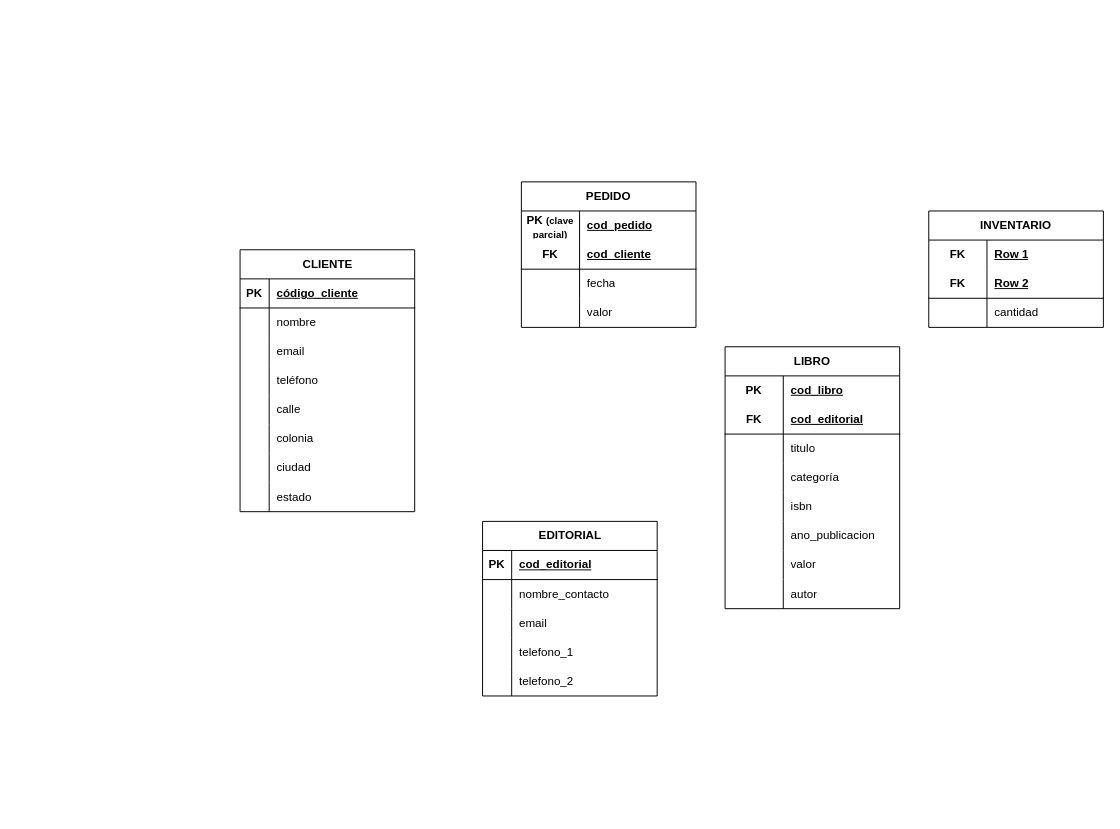
Before: page "Modelo-logico" (2 of 2) of modelo.drawio in MichMDLT/Modelaje-BaseDatos, a draw.io diagram. Source tidied: cells renumbered, new cells numbered last; positions are measured from the earlier drawing's top-left corner, leaving out a move shared by most shapes. Both pictures are drawn from the tidied source at 97%, with x=0, y=0 at pixel (240, 181).
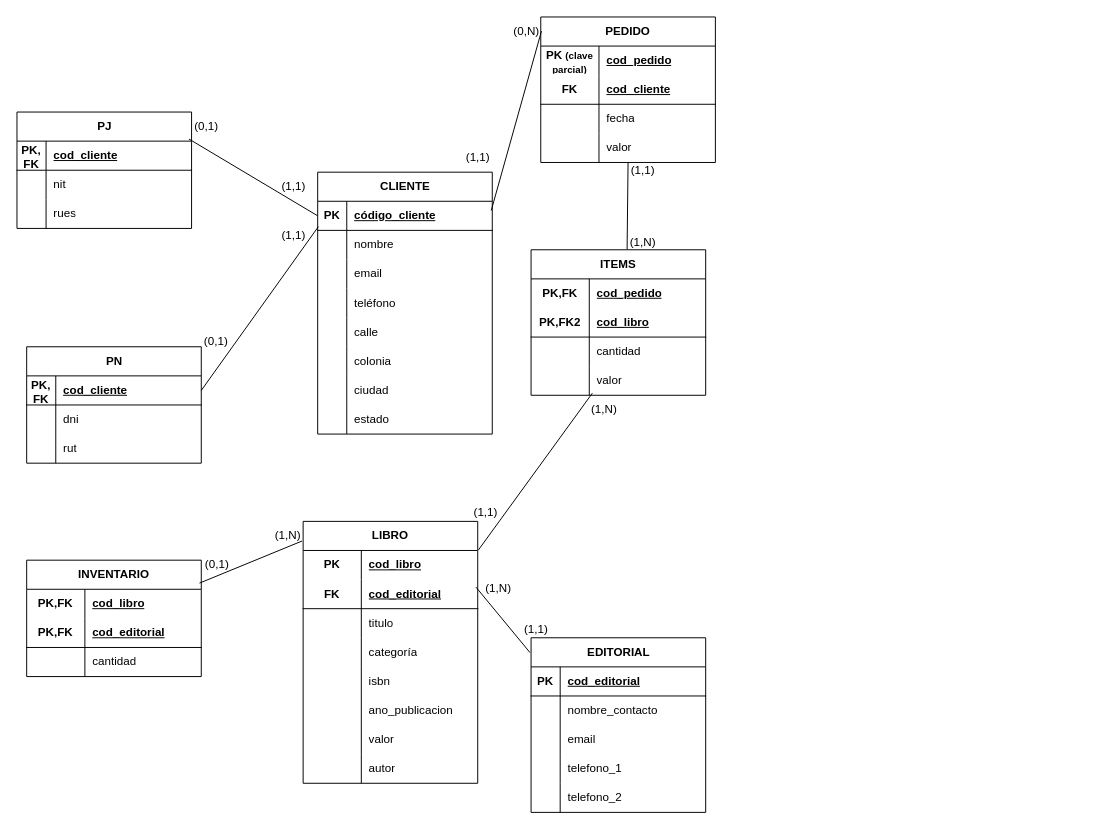
The same page after the edit.

Unchanged cells that the change refers to:
```xml
<mxCell id="3" style="shape=tableRow;horizontal=0;startSize=0;swimlaneHead=0;swimlaneBody=0;fillColor=none;points=[[0,0.5],[1,0.5]];portConstraint=eastwest;top=0;left=0;right=0;bottom=1;" parent="2" vertex="1">
  <mxGeometry y="30" width="180" height="30" as="geometry" />
</mxCell>
<mxCell id="57" style="shape=tableRow;horizontal=0;startSize=0;swimlaneHead=0;swimlaneBody=0;fillColor=none;points=[[0,0.5],[1,0.5]];portConstraint=eastwest;top=0;left=0;right=0;bottom=0;html=1;" parent="56" vertex="1">
  <mxGeometry y="30" width="180" height="30" as="geometry" />
</mxCell>
<mxCell id="60" style="shape=tableRow;horizontal=0;startSize=0;swimlaneHead=0;swimlaneBody=0;fillColor=none;points=[[0,0.5],[1,0.5]];portConstraint=eastwest;top=0;left=0;right=0;bottom=1;html=1;" parent="56" vertex="1">
  <mxGeometry y="60" width="180" height="30" as="geometry" />
</mxCell>
<mxCell id="82" style="shape=tableRow;horizontal=0;startSize=0;swimlaneHead=0;swimlaneBody=0;fillColor=none;top=0;left=0;right=0;bottom=0;html=1;" parent="81" vertex="1">
  <mxGeometry y="30" width="180" height="30" as="geometry" />
</mxCell>
<mxCell id="85" style="shape=tableRow;horizontal=0;startSize=0;swimlaneHead=0;swimlaneBody=0;fillColor=none;top=0;left=0;right=0;bottom=1;html=1;" parent="81" vertex="1">
  <mxGeometry y="60" width="180" height="30" as="geometry" />
</mxCell>
```

Diff of the diagram source:
```diff
@@
     <mxCell id="2" value="CLIENTE" style="shape=table;startSize=30;childLayout=tableLayout;rowLines=0;fontStyle=1;align=center;html=1;" parent="1" vertex="1">
-      <mxGeometry y="70" width="180" height="270" as="geometry" />
+      <mxGeometry x="80" y="-10" width="180" height="270" as="geometry" />
     </mxCell>
@@
     <mxCell id="27" value="EDITORIAL" style="shape=table;startSize=30;childLayout=tableLayout;rowLines=0;fontStyle=1;align=center;html=1;" parent="1" vertex="1">
-      <mxGeometry x="250" y="350" width="180" height="180" as="geometry" />
+      <mxGeometry x="300" y="470" width="180" height="180" as="geometry" />
     </mxCell>
@@
     <mxCell id="43" value="PEDIDO" style="shape=table;startSize=30;childLayout=tableLayout;rowLines=0;fontStyle=1;align=center;html=1;whiteSpace=wrap;" parent="1" vertex="1">
-      <mxGeometry x="290" width="180" height="150" as="geometry" />
+      <mxGeometry x="310" y="-170" width="180" height="150" as="geometry" />
     </mxCell>
@@
     <mxCell id="56" value="LIBRO" style="shape=table;startSize=30;childLayout=tableLayout;rowLines=0;fontStyle=1;align=center;html=1;whiteSpace=wrap;" parent="1" vertex="1">
-      <mxGeometry x="500" y="170" width="180" height="270" as="geometry" />
+      <mxGeometry x="65" y="350" width="180" height="270" as="geometry" />
     </mxCell>
@@
     <mxCell id="81" value="INVENTARIO" style="shape=table;startSize=30;childLayout=tableLayout;rowLines=0;fontStyle=1;align=center;html=1;whiteSpace=wrap;" parent="1" vertex="1">
-      <mxGeometry x="710" y="30" width="180" height="120" as="geometry" />
+      <mxGeometry x="-220" y="390" width="180" height="120" as="geometry" />
     </mxCell>
@@
-    <mxCell id="83" value="FK" style="shape=partialRectangle;fillColor=none;top=0;left=0;bottom=0;right=0;fontStyle=1;overflow=hidden;html=1;whiteSpace=wrap;" parent="82" vertex="1">
+    <mxCell id="83" value="PK,FK" style="shape=partialRectangle;fillColor=none;top=0;left=0;bottom=0;right=0;fontStyle=1;overflow=hidden;html=1;whiteSpace=wrap;" parent="82" vertex="1">
       <mxGeometry width="60" height="30" as="geometry" />
     </mxCell>
-    <mxCell id="84" value="Row 1" style="shape=partialRectangle;fillColor=none;top=0;left=0;bottom=0;right=0;align=left;spacingLeft=6;fontStyle=5;overflow=hidden;html=1;whiteSpace=wrap;" parent="82" vertex="1">
+    <mxCell id="84" value="cod_libro" style="shape=partialRectangle;fillColor=none;top=0;left=0;bottom=0;right=0;align=left;spacingLeft=6;fontStyle=5;overflow=hidden;html=1;whiteSpace=wrap;" parent="82" vertex="1">
       <mxGeometry x="60" width="120" height="30" as="geometry" />
     </mxCell>
@@
-    <mxCell id="86" value="FK" style="shape=partialRectangle;fillColor=none;top=0;left=0;bottom=0;right=0;fontStyle=1;overflow=hidden;html=1;whiteSpace=wrap;" parent="85" vertex="1">
+    <mxCell id="86" value="PK,FK" style="shape=partialRectangle;fillColor=none;top=0;left=0;bottom=0;right=0;fontStyle=1;overflow=hidden;html=1;whiteSpace=wrap;" parent="85" vertex="1">
       <mxGeometry width="60" height="30" as="geometry" />
     </mxCell>
-    <mxCell id="87" value="Row 2" style="shape=partialRectangle;fillColor=none;top=0;left=0;bottom=0;right=0;align=left;spacingLeft=6;fontStyle=5;overflow=hidden;html=1;whiteSpace=wrap;" parent="85" vertex="1">
+    <mxCell id="87" value="cod_editorial" style="shape=partialRectangle;fillColor=none;top=0;left=0;bottom=0;right=0;align=left;spacingLeft=6;fontStyle=5;overflow=hidden;html=1;whiteSpace=wrap;" parent="85" vertex="1">
       <mxGeometry x="60" width="120" height="30" as="geometry" />
     </mxCell>
@@
+    <mxCell id="91" value="ITEMS" style="shape=table;startSize=30;childLayout=tableLayout;rowLines=0;fontStyle=1;align=center;html=1;whiteSpace=wrap;" parent="1" vertex="1">
+      <mxGeometry x="300" y="70" width="180" height="150" as="geometry" />
+    </mxCell>
+    <mxCell id="92" style="shape=tableRow;horizontal=0;startSize=0;swimlaneHead=0;swimlaneBody=0;fillColor=none;top=0;left=0;right=0;bottom=0;html=1;" parent="91" vertex="1">
+      <mxGeometry y="30" width="180" height="30" as="geometry" />
+    </mxCell>
+    <mxCell id="93" value="PK,FK" style="shape=partialRectangle;fillColor=none;top=0;left=0;bottom=0;right=0;fontStyle=1;overflow=hidden;html=1;whiteSpace=wrap;" parent="92" vertex="1">
+      <mxGeometry width="60" height="30" as="geometry" />
+    </mxCell>
+    <mxCell id="94" value="cod_pedido" style="shape=partialRectangle;fillColor=none;top=0;left=0;bottom=0;right=0;align=left;spacingLeft=6;fontStyle=5;overflow=hidden;html=1;whiteSpace=wrap;" parent="92" vertex="1">
+      <mxGeometry x="60" width="120" height="30" as="geometry" />
+    </mxCell>
+    <mxCell id="95" style="shape=tableRow;horizontal=0;startSize=0;swimlaneHead=0;swimlaneBody=0;fillColor=none;top=0;left=0;right=0;bottom=1;html=1;" parent="91" vertex="1">
+      <mxGeometry y="60" width="180" height="30" as="geometry" />
+    </mxCell>
+    <mxCell id="96" value="PK,FK2" style="shape=partialRectangle;fillColor=none;top=0;left=0;bottom=0;right=0;fontStyle=1;overflow=hidden;html=1;whiteSpace=wrap;" parent="95" vertex="1">
+      <mxGeometry width="60" height="30" as="geometry" />
+    </mxCell>
+    <mxCell id="97" value="cod_libro" style="shape=partialRectangle;fillColor=none;top=0;left=0;bottom=0;right=0;align=left;spacingLeft=6;fontStyle=5;overflow=hidden;html=1;whiteSpace=wrap;" parent="95" vertex="1">
+      <mxGeometry x="60" width="120" height="30" as="geometry" />
+    </mxCell>
+    <mxCell id="98" style="shape=tableRow;horizontal=0;startSize=0;swimlaneHead=0;swimlaneBody=0;fillColor=none;top=0;left=0;right=0;bottom=0;html=1;" parent="91" vertex="1">
+      <mxGeometry y="90" width="180" height="30" as="geometry" />
+    </mxCell>
+    <mxCell id="99" style="shape=partialRectangle;fillColor=none;top=0;left=0;bottom=0;right=0;overflow=hidden;html=1;whiteSpace=wrap;" parent="98" vertex="1">
+      <mxGeometry width="60" height="30" as="geometry" />
+    </mxCell>
+    <mxCell id="100" value="cantidad" style="shape=partialRectangle;fillColor=none;top=0;left=0;bottom=0;right=0;align=left;spacingLeft=6;overflow=hidden;html=1;whiteSpace=wrap;" parent="98" vertex="1">
+      <mxGeometry x="60" width="120" height="30" as="geometry" />
+    </mxCell>
+    <mxCell id="101" style="shape=tableRow;horizontal=0;startSize=0;swimlaneHead=0;swimlaneBody=0;fillColor=none;points=[[0,0.5],[1,0.5]];portConstraint=eastwest;top=0;left=0;right=0;bottom=0;html=1;" parent="91" vertex="1">
+      <mxGeometry y="120" width="180" height="30" as="geometry" />
+    </mxCell>
+    <mxCell id="102" style="shape=partialRectangle;fillColor=none;top=0;left=0;bottom=0;right=0;overflow=hidden;html=1;whiteSpace=wrap;" parent="101" vertex="1">
+      <mxGeometry width="60" height="30" as="geometry" />
+    </mxCell>
+    <mxCell id="103" value="valor" style="shape=partialRectangle;fillColor=none;top=0;left=0;bottom=0;right=0;align=left;spacingLeft=6;overflow=hidden;html=1;whiteSpace=wrap;" parent="101" vertex="1">
+      <mxGeometry x="60" width="120" height="30" as="geometry" />
+    </mxCell>
+    <mxCell id="104" value="PN" style="shape=table;startSize=30;childLayout=tableLayout;rowLines=0;fontStyle=1;align=center;html=1;" parent="1" vertex="1">
+      <mxGeometry x="-220" y="170" width="180" height="120" as="geometry" />
+    </mxCell>
+    <mxCell id="105" style="shape=tableRow;horizontal=0;startSize=0;swimlaneHead=0;swimlaneBody=0;fillColor=none;points=[[0,0.5],[1,0.5]];portConstraint=eastwest;top=0;left=0;right=0;bottom=1;" parent="104" vertex="1">
+      <mxGeometry y="30" width="180" height="30" as="geometry" />
+    </mxCell>
+    <mxCell id="106" value="PK, FK" style="shape=partialRectangle;fillColor=none;top=0;left=0;bottom=0;right=0;fontStyle=1;overflow=hidden;whiteSpace=wrap;html=1;" parent="105" vertex="1">
+      <mxGeometry width="30" height="30" as="geometry" />
+    </mxCell>
+    <mxCell id="107" value="cod_cliente" style="shape=partialRectangle;fillColor=none;top=0;left=0;bottom=0;right=0;align=left;spacingLeft=6;fontStyle=5;overflow=hidden;whiteSpace=wrap;html=1;" parent="105" vertex="1">
+      <mxGeometry x="30" width="150" height="30" as="geometry" />
+    </mxCell>
+    <mxCell id="108" style="shape=tableRow;horizontal=0;startSize=0;swimlaneHead=0;swimlaneBody=0;fillColor=none;top=0;left=0;right=0;bottom=0;" parent="104" vertex="1">
+      <mxGeometry y="60" width="180" height="30" as="geometry" />
+    </mxCell>
+    <mxCell id="109" style="shape=partialRectangle;fillColor=none;top=0;left=0;bottom=0;right=0;overflow=hidden;whiteSpace=wrap;html=1;" parent="108" vertex="1">
+      <mxGeometry width="30" height="30" as="geometry" />
+    </mxCell>
+    <mxCell id="110" value="dni" style="shape=partialRectangle;fillColor=none;top=0;left=0;bottom=0;right=0;align=left;spacingLeft=6;overflow=hidden;whiteSpace=wrap;html=1;" parent="108" vertex="1">
+      <mxGeometry x="30" width="150" height="30" as="geometry" />
+    </mxCell>
+    <mxCell id="111" style="shape=tableRow;horizontal=0;startSize=0;swimlaneHead=0;swimlaneBody=0;fillColor=none;top=0;left=0;right=0;bottom=0;" parent="104" vertex="1">
+      <mxGeometry y="90" width="180" height="30" as="geometry" />
+    </mxCell>
+    <mxCell id="112" style="shape=partialRectangle;fillColor=none;top=0;left=0;bottom=0;right=0;overflow=hidden;whiteSpace=wrap;html=1;" parent="111" vertex="1">
+      <mxGeometry width="30" height="30" as="geometry" />
+    </mxCell>
+    <mxCell id="113" value="rut" style="shape=partialRectangle;fillColor=none;top=0;left=0;bottom=0;right=0;align=left;spacingLeft=6;overflow=hidden;whiteSpace=wrap;html=1;" parent="111" vertex="1">
+      <mxGeometry x="30" width="150" height="30" as="geometry" />
+    </mxCell>
+    <mxCell id="114" value="PJ" style="shape=table;startSize=30;childLayout=tableLayout;rowLines=0;fontStyle=1;align=center;html=1;" parent="1" vertex="1">
+      <mxGeometry x="-230" y="-72" width="180" height="120" as="geometry" />
+    </mxCell>
+    <mxCell id="115" style="shape=tableRow;horizontal=0;startSize=0;swimlaneHead=0;swimlaneBody=0;fillColor=none;points=[[0,0.5],[1,0.5]];portConstraint=eastwest;top=0;left=0;right=0;bottom=1;" parent="114" vertex="1">
+      <mxGeometry y="30" width="180" height="30" as="geometry" />
+    </mxCell>
+    <mxCell id="116" value="PK, FK" style="shape=partialRectangle;fillColor=none;top=0;left=0;bottom=0;right=0;fontStyle=1;overflow=hidden;whiteSpace=wrap;html=1;" parent="115" vertex="1">
+      <mxGeometry width="30" height="30" as="geometry" />
+    </mxCell>
+    <mxCell id="117" value="cod_cliente" style="shape=partialRectangle;fillColor=none;top=0;left=0;bottom=0;right=0;align=left;spacingLeft=6;fontStyle=5;overflow=hidden;whiteSpace=wrap;html=1;" parent="115" vertex="1">
+      <mxGeometry x="30" width="150" height="30" as="geometry" />
+    </mxCell>
+    <mxCell id="118" style="shape=tableRow;horizontal=0;startSize=0;swimlaneHead=0;swimlaneBody=0;fillColor=none;top=0;left=0;right=0;bottom=0;" parent="114" vertex="1">
+      <mxGeometry y="60" width="180" height="30" as="geometry" />
+    </mxCell>
+    <mxCell id="119" style="shape=partialRectangle;fillColor=none;top=0;left=0;bottom=0;right=0;overflow=hidden;whiteSpace=wrap;html=1;" parent="118" vertex="1">
+      <mxGeometry width="30" height="30" as="geometry" />
+    </mxCell>
+    <mxCell id="120" value="nit" style="shape=partialRectangle;fillColor=none;top=0;left=0;bottom=0;right=0;align=left;spacingLeft=6;overflow=hidden;whiteSpace=wrap;html=1;" parent="118" vertex="1">
+      <mxGeometry x="30" width="150" height="30" as="geometry" />
+    </mxCell>
+    <mxCell id="121" style="shape=tableRow;horizontal=0;startSize=0;swimlaneHead=0;swimlaneBody=0;fillColor=none;top=0;left=0;right=0;bottom=0;" parent="114" vertex="1">
+      <mxGeometry y="90" width="180" height="30" as="geometry" />
+    </mxCell>
+    <mxCell id="122" style="shape=partialRectangle;fillColor=none;top=0;left=0;bottom=0;right=0;overflow=hidden;whiteSpace=wrap;html=1;" parent="121" vertex="1">
+      <mxGeometry width="30" height="30" as="geometry" />
+    </mxCell>
+    <mxCell id="123" value="rues" style="shape=partialRectangle;fillColor=none;top=0;left=0;bottom=0;right=0;align=left;spacingLeft=6;overflow=hidden;whiteSpace=wrap;html=1;" parent="121" vertex="1">
+      <mxGeometry x="30" width="150" height="30" as="geometry" />
+    </mxCell>
+    <mxCell id="124" style="endArrow=none;html=1;rounded=0;entryX=0;entryY=0.5;entryDx=0;entryDy=0;exitX=0.985;exitY=-0.072;exitDx=0;exitDy=0;exitPerimeter=0;" parent="1" edge="1" source="115" target="3">
+      <mxGeometry relative="1" as="geometry" />
+    </mxCell>
+    <mxCell id="125" style="endArrow=none;html=1;rounded=0;entryX=0.004;entryY=0.872;entryDx=0;entryDy=0;exitX=1;exitY=0.5;exitDx=0;exitDy=0;entryPerimeter=0;" parent="1" edge="1" source="105" target="3">
+      <mxGeometry relative="1" as="geometry" />
+    </mxCell>
+    <mxCell id="126" style="endArrow=none;html=1;rounded=0;entryX=0.351;entryY=0.928;entryDx=0;entryDy=0;exitX=1.004;exitY=-0.017;exitDx=0;exitDy=0;entryPerimeter=0;exitPerimeter=0;" parent="1" edge="1" source="57" target="101">
+      <mxGeometry relative="1" as="geometry" />
+    </mxCell>
+    <mxCell id="127" style="endArrow=none;html=1;rounded=0;entryX=0.994;entryY=0.317;entryDx=0;entryDy=0;exitX=0.004;exitY=0.097;exitDx=0;exitDy=0;exitPerimeter=0;entryPerimeter=0;" parent="1" edge="1" source="43" target="3">
+      <mxGeometry relative="1" as="geometry" />
+    </mxCell>
+    <mxCell id="128" style="endArrow=none;html=1;rounded=0;entryX=0.99;entryY=0.197;entryDx=0;entryDy=0;exitX=-0.006;exitY=0.075;exitDx=0;exitDy=0;entryPerimeter=0;exitPerimeter=0;" parent="1" edge="1" source="56" target="81">
+      <mxGeometry relative="1" as="geometry" />
+    </mxCell>
+    <mxCell id="129" style="endArrow=none;html=1;rounded=0;entryX=-0.006;entryY=0.085;entryDx=0;entryDy=0;exitX=0.99;exitY=0.261;exitDx=0;exitDy=0;entryPerimeter=0;exitPerimeter=0;" parent="1" edge="1" source="60" target="27">
+      <mxGeometry relative="1" as="geometry" />
+    </mxCell>
+    <mxCell id="130" style="endArrow=none;html=1;rounded=0;entryX=0.55;entryY=-0.003;entryDx=0;entryDy=0;entryPerimeter=0;" parent="1" edge="1" target="91">
+      <mxGeometry relative="1" as="geometry">
+        <mxPoint x="400" y="-20" as="sourcePoint" />
+      </mxGeometry>
+    </mxCell>
+    <mxCell id="131" value="(0,1)" style="text;html=1;align=center;verticalAlign=middle;strokeColor=none;fillColor=none;" parent="1" vertex="1">
+      <mxGeometry x="-60" y="-72" width="50" height="30" as="geometry" />
+    </mxCell>
+    <mxCell id="132" value="(0,1)" style="text;html=1;align=center;verticalAlign=middle;strokeColor=none;fillColor=none;" parent="1" vertex="1">
+      <mxGeometry x="-50" y="150" width="50" height="30" as="geometry" />
+    </mxCell>
+    <mxCell id="133" value="(1,1)" style="text;html=1;align=center;verticalAlign=middle;strokeColor=none;fillColor=none;" parent="1" vertex="1">
+      <mxGeometry x="30" y="-10" width="50" height="30" as="geometry" />
+    </mxCell>
+    <mxCell id="134" value="(1,1)" style="text;html=1;align=center;verticalAlign=middle;strokeColor=none;fillColor=none;" parent="1" vertex="1">
+      <mxGeometry x="30" y="40" width="50" height="30" as="geometry" />
+    </mxCell>
+    <mxCell id="135" value="(1,1)" style="text;html=1;align=center;verticalAlign=middle;strokeColor=none;fillColor=none;" parent="1" vertex="1">
+      <mxGeometry x="220" y="-40" width="50" height="30" as="geometry" />
+    </mxCell>
+    <mxCell id="136" value="(1,1)" style="text;html=1;align=center;verticalAlign=middle;strokeColor=none;fillColor=none;" parent="1" vertex="1">
+      <mxGeometry x="390" y="-27" width="50" height="30" as="geometry" />
+    </mxCell>
+    <mxCell id="137" value="(0,N)" style="text;html=1;align=center;verticalAlign=middle;strokeColor=none;fillColor=none;" parent="1" vertex="1">
+      <mxGeometry x="270" y="-170" width="50" height="30" as="geometry" />
+    </mxCell>
+    <mxCell id="138" value="(1,N)" style="text;html=1;align=center;verticalAlign=middle;strokeColor=none;fillColor=none;" parent="1" vertex="1">
+      <mxGeometry x="390" y="48" width="50" height="30" as="geometry" />
+    </mxCell>
+    <mxCell id="139" value="(1,1)" style="text;html=1;align=center;verticalAlign=middle;strokeColor=none;fillColor=none;" parent="1" vertex="1">
+      <mxGeometry x="228" y="326" width="50" height="30" as="geometry" />
+    </mxCell>
+    <mxCell id="140" value="(0,1)" style="text;html=1;align=center;verticalAlign=middle;strokeColor=none;fillColor=none;" parent="1" vertex="1">
+      <mxGeometry x="-49" y="380" width="50" height="30" as="geometry" />
+    </mxCell>
+    <mxCell id="141" value="(1,N)" style="text;html=1;align=center;verticalAlign=middle;strokeColor=none;fillColor=none;" parent="1" vertex="1">
+      <mxGeometry x="24" y="350" width="50" height="30" as="geometry" />
+    </mxCell>
+    <mxCell id="142" value="(1,N)" style="text;html=1;align=center;verticalAlign=middle;strokeColor=none;fillColor=none;" parent="1" vertex="1">
+      <mxGeometry x="350" y="220" width="50" height="30" as="geometry" />
+    </mxCell>
+    <mxCell id="143" value="(1,N)" style="text;html=1;align=center;verticalAlign=middle;strokeColor=none;fillColor=none;" parent="1" vertex="1">
+      <mxGeometry x="241" y="404" width="50" height="30" as="geometry" />
+    </mxCell>
+    <mxCell id="144" value="(1,1)" style="text;html=1;align=center;verticalAlign=middle;strokeColor=none;fillColor=none;" parent="1" vertex="1">
+      <mxGeometry x="280" y="447" width="50" height="30" as="geometry" />
+    </mxCell>
```
